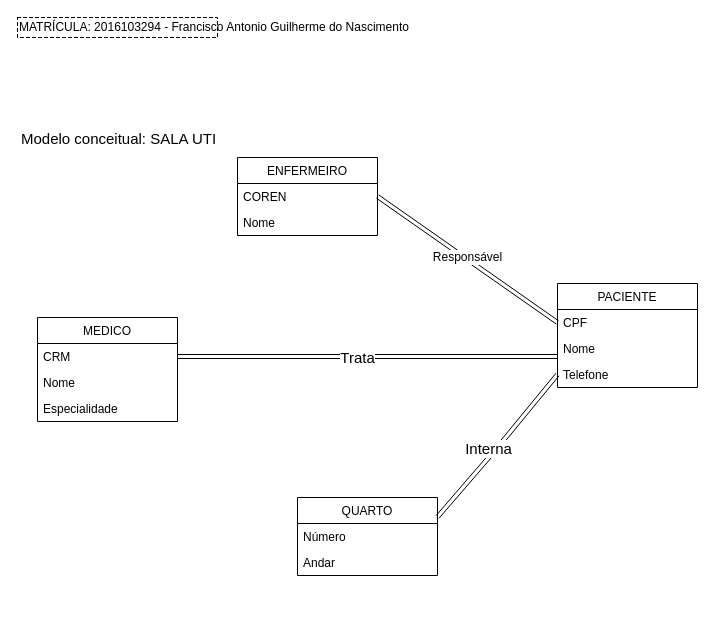
The draw.io diagram page "Page-1" (1 of 6) of Untitled Diagram.drawio in FranciscoAntonioGuilherme/inicioReact, before the edit. Source tidied: cells renumbered, new cells numbered last; positions are measured from the earlier drawing's top-left corner, leaving out a move shared by most shapes. Both pictures are drawn from the tidied source at 100%, with x=0, y=0 at pixel (17, 17).
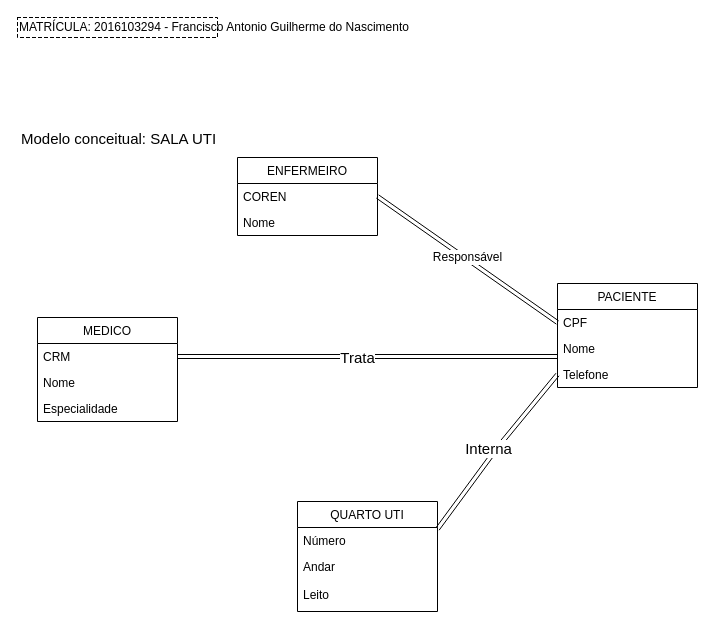
The same page after the edit.

Change to the diagram source:
```diff
@@
-    <mxCell id="13" value="QUARTO" style="swimlane;fontStyle=0;horizontal=1;startSize=26;" parent="1" vertex="1">
-      <mxGeometry x="280" y="480" width="140" height="78" as="geometry" />
+    <mxCell id="13" value="QUARTO UTI" style="swimlane;fontStyle=0;horizontal=1;startSize=26;" parent="1" vertex="1">
+      <mxGeometry x="280" y="484" width="140" height="110" as="geometry" />
     </mxCell>
@@
-    <mxCell id="15" value="Andar" style="text;strokeColor=none;fillColor=none;align=left;verticalAlign=top;spacingLeft=4;spacingRight=4;overflow=hidden;" parent="13" vertex="1">
-      <mxGeometry y="52" width="140" height="26" as="geometry" />
+    <mxCell id="15" value="Andar&#10;&#10;Leito" style="text;strokeColor=none;fillColor=none;align=left;verticalAlign=top;spacingLeft=4;spacingRight=4;overflow=hidden;" parent="13" vertex="1">
+      <mxGeometry y="52" width="140" height="58" as="geometry" />
     </mxCell>
```
